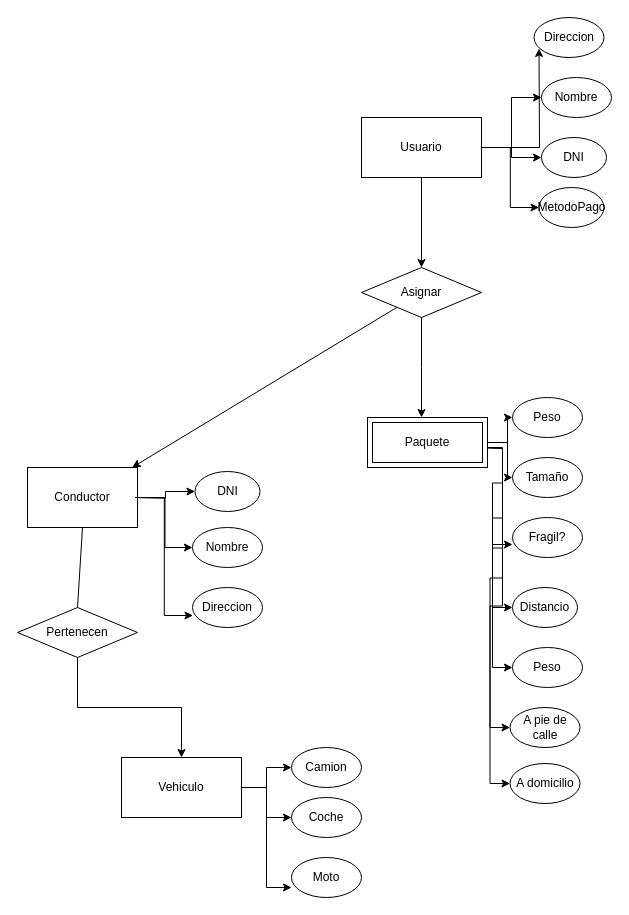
This is page "Página-2" (2 of 2) of Diagrama sin título.drawio from aetior/bd, a draw.io file, before an edit. Source tidied: cells renumbered, new cells numbered last; positions are measured from the earlier drawing's top-left corner, leaving out a move shared by most shapes. Both pictures are drawn from the tidied source at 100%, with x=0, y=0 at pixel (17, 17).
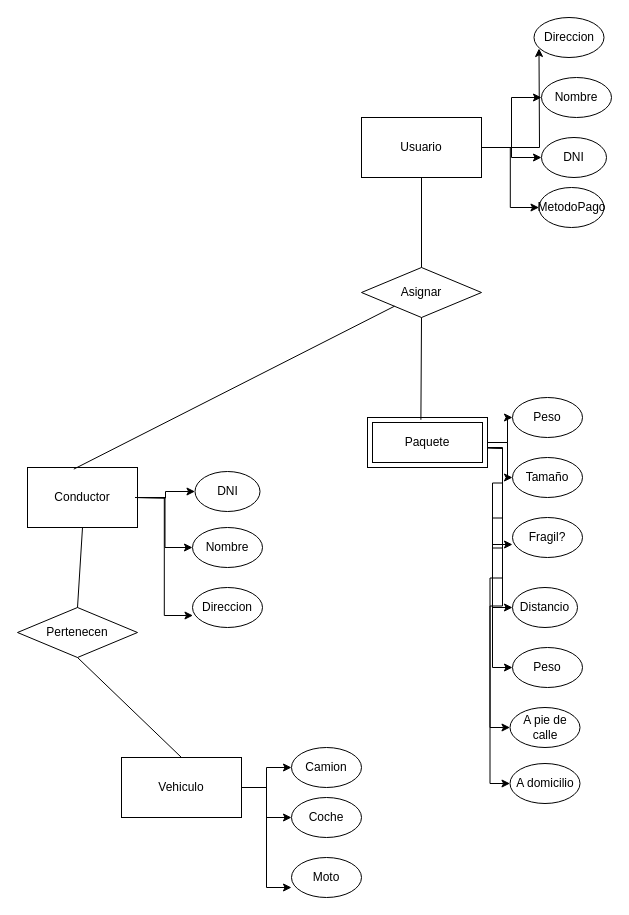
After the change.

The change refers to these unchanged cells:
```xml
<mxCell id="7" value="Usuario" style="rounded=0;whiteSpace=wrap;html=1;" parent="1" vertex="1">
  <mxGeometry x="344" y="100" width="120" height="60" as="geometry" />
</mxCell>
<mxCell id="14" value="Vehiculo" style="rounded=0;whiteSpace=wrap;html=1;" parent="1" vertex="1">
  <mxGeometry x="104" y="740" width="120" height="60" as="geometry" />
</mxCell>
<mxCell id="18" value="Conductor" style="rounded=0;whiteSpace=wrap;html=1;" parent="1" vertex="1">
  <mxGeometry x="10" y="450" width="110" height="60" as="geometry" />
</mxCell>
<mxCell id="40" value="Asignar" style="rhombus;whiteSpace=wrap;html=1;" parent="1" vertex="1">
  <mxGeometry x="344" y="250" width="120" height="50" as="geometry" />
</mxCell>
<mxCell id="44" value="Paquete" style="shape=ext;margin=3;double=1;whiteSpace=wrap;html=1;align=center;" parent="1" vertex="1">
  <mxGeometry x="350" y="400" width="120" height="50" as="geometry" />
</mxCell>
<mxCell id="45" value="Pertenecen" style="rhombus;whiteSpace=wrap;html=1;" parent="1" vertex="1">
  <mxGeometry y="590" width="120" height="50" as="geometry" />
</mxCell>
```

Change to the diagram source:
```diff
@@
-    <mxCell id="6" style="edgeStyle=orthogonalEdgeStyle;rounded=0;jettySize=auto;html=1;" parent="1" edge="1" source="7" target="40">
-      <mxGeometry relative="1" as="geometry" />
-    </mxCell>
@@
-    <mxCell id="17" style="edgeStyle=orthogonalEdgeStyle;rounded=0;jettySize=auto;html=1;" parent="1" edge="1" source="45" target="14">
-      <mxGeometry relative="1" as="geometry" />
-    </mxCell>
@@
-    <mxCell id="38" style="edgeStyle=orthogonalEdgeStyle;rounded=0;jettySize=auto;html=1;entryX=0.5;entryY=0;entryDx=0;entryDy=0;" parent="1" edge="1" source="40">
-      <mxGeometry relative="1" as="geometry">
-        <mxPoint x="404" y="400" as="targetPoint" />
-      </mxGeometry>
-    </mxCell>
-    <mxCell id="39" style="rounded=0;jettySize=auto;html=1;" parent="1" edge="1" source="40" target="18">
-      <mxGeometry relative="1" as="geometry" />
-    </mxCell>
@@
+    <mxCell id="47" style="endArrow=none;html=1;rounded=0;exitX=0.421;exitY=0.027;exitDx=0;exitDy=0;exitPerimeter=0;" parent="1" edge="1" source="18" target="40">
+      <mxGeometry relative="1" as="geometry" />
+    </mxCell>
+    <mxCell id="48" style="endArrow=none;html=1;rounded=0;entryX=0.5;entryY=1;entryDx=0;entryDy=0;" parent="1" edge="1" source="40" target="7">
+      <mxGeometry relative="1" as="geometry" />
+    </mxCell>
+    <mxCell id="49" style="endArrow=none;html=1;rounded=0;exitX=0.445;exitY=0.045;exitDx=0;exitDy=0;entryX=0.5;entryY=1;entryDx=0;entryDy=0;exitPerimeter=0;" parent="1" edge="1" source="44" target="40">
+      <mxGeometry relative="1" as="geometry" />
+    </mxCell>
+    <mxCell id="17" style="endArrow=none;html=1;rounded=0;entryX=0.5;entryY=0;entryDx=0;entryDy=0;exitX=0.5;exitY=1;exitDx=0;exitDy=0;" parent="1" edge="1" source="45" target="14">
+      <mxGeometry relative="1" as="geometry" />
+    </mxCell>
```
